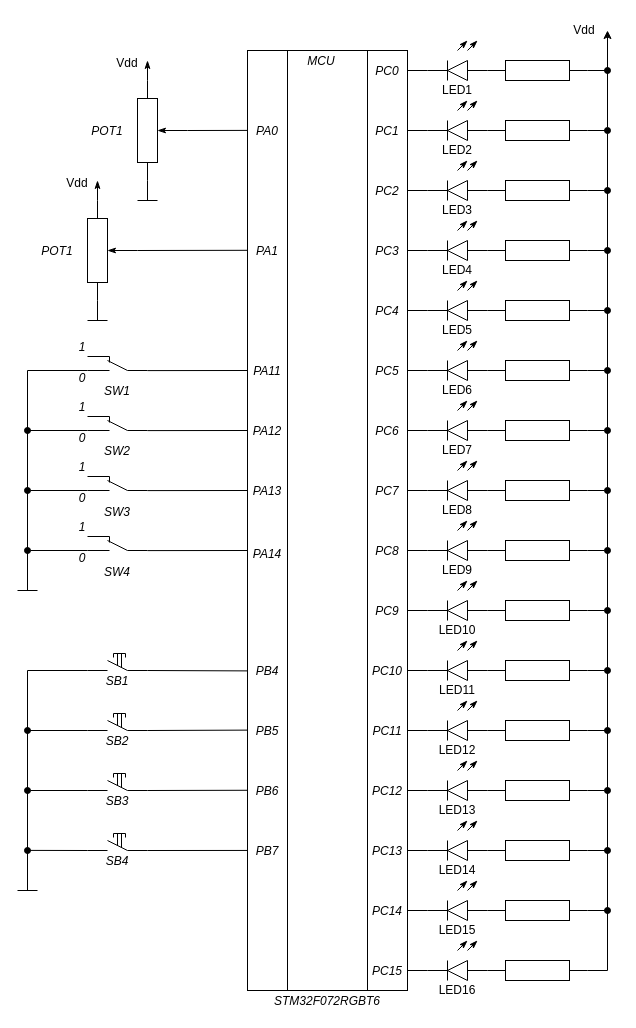
smirnovalnik/microprocessor-units-course keeps this draw.io diagram as img/lab1_ex1-4_sch.drawio. Above is the earlier version. Source tidied: cells renumbered, new cells numbered last; positions are measured from the earlier drawing's top-left corner, leaving out a move shared by most shapes. Both pictures are drawn from the tidied source at 100%, with x=0, y=0 at pixel (17, 17).
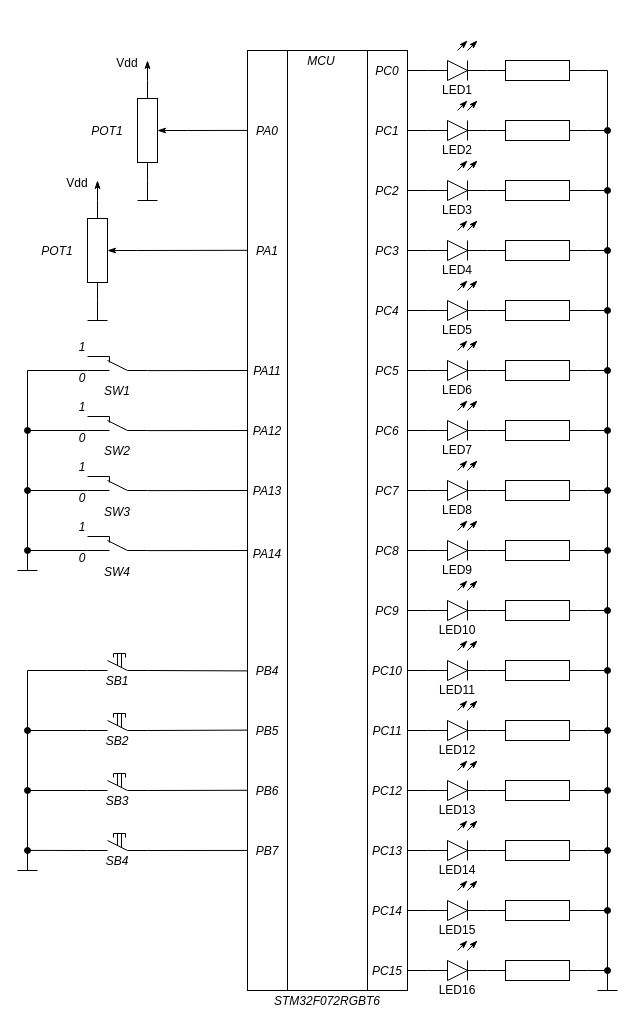
The same diagram, later.

Commit message (it also covers changes not shown here):
обновлены картинки

Unchanged cells that the change refers to:
```xml
<mxCell id="4" style="group;" parent="2" vertex="1">
  <mxGeometry width="60" height="60" as="geometry" />
</mxCell>
<mxCell id="16" style="group;" parent="14" vertex="1">
  <mxGeometry width="60" height="60" as="geometry" />
</mxCell>
<mxCell id="28" style="group;" parent="26" vertex="1">
  <mxGeometry width="60" height="60" as="geometry" />
</mxCell>
<mxCell id="40" style="group;" parent="38" vertex="1">
  <mxGeometry width="60" height="60" as="geometry" />
</mxCell>
<mxCell id="52" style="group;" parent="50" vertex="1">
  <mxGeometry width="60" height="60" as="geometry" />
</mxCell>
<mxCell id="64" style="group;" parent="62" vertex="1">
  <mxGeometry width="60" height="60" as="geometry" />
</mxCell>
<mxCell id="76" style="group;" parent="74" vertex="1">
  <mxGeometry width="60" height="60" as="geometry" />
</mxCell>
<mxCell id="88" style="group;" parent="86" vertex="1">
  <mxGeometry width="60" height="60" as="geometry" />
</mxCell>
<mxCell id="100" style="group;" parent="98" vertex="1">
  <mxGeometry width="60" height="60" as="geometry" />
</mxCell>
<mxCell id="112" style="group;" parent="110" vertex="1">
  <mxGeometry width="60" height="60" as="geometry" />
</mxCell>
<mxCell id="124" style="group;" parent="122" vertex="1">
  <mxGeometry width="60" height="60" as="geometry" />
</mxCell>
<mxCell id="136" style="group;" parent="134" vertex="1">
  <mxGeometry width="60" height="60" as="geometry" />
</mxCell>
<mxCell id="148" style="group;" parent="146" vertex="1">
  <mxGeometry width="60" height="60" as="geometry" />
</mxCell>
<mxCell id="160" style="group;" parent="158" vertex="1">
  <mxGeometry width="60" height="60" as="geometry" />
</mxCell>
<mxCell id="374" style="group;" parent="372" vertex="1">
  <mxGeometry width="60" height="40" as="geometry" />
</mxCell>
<mxCell id="386" style="group;" parent="383" vertex="1">
  <mxGeometry width="60" height="40" as="geometry" />
</mxCell>
```

The edit, as a diff of the source:
```diff
@@
     <mxCell id="6" style="endArrow=none;html=1;rounded=1;sketch=0;curved=0;" parent="4" edge="1">
       <mxGeometry relative="1" as="geometry">
-        <mxPoint x="20" y="30" as="sourcePoint" />
-        <mxPoint x="40" y="20" as="targetPoint" />
+        <mxPoint x="20" y="20" as="sourcePoint" />
+        <mxPoint x="40" y="30" as="targetPoint" />
       </mxGeometry>
     </mxCell>
     <mxCell id="7" style="endArrow=none;html=1;rounded=1;sketch=0;curved=0;" parent="4" edge="1">
       <mxGeometry relative="1" as="geometry">
-        <mxPoint x="40" y="40" as="sourcePoint" />
-        <mxPoint x="20" y="30" as="targetPoint" />
+        <mxPoint x="40" y="30" as="sourcePoint" />
+        <mxPoint x="20" y="40" as="targetPoint" />
         <Array as="points">
-          <mxPoint x="20" y="30" />
+          <mxPoint x="20" y="40" />
         </Array>
       </mxGeometry>
     </mxCell>
@@
     <mxCell id="18" style="endArrow=none;html=1;rounded=1;sketch=0;curved=0;" parent="16" edge="1">
       <mxGeometry relative="1" as="geometry">
-        <mxPoint x="20" y="30" as="sourcePoint" />
-        <mxPoint x="40" y="20" as="targetPoint" />
+        <mxPoint x="20" y="20" as="sourcePoint" />
+        <mxPoint x="40" y="30" as="targetPoint" />
       </mxGeometry>
     </mxCell>
     <mxCell id="19" style="endArrow=none;html=1;rounded=1;sketch=0;curved=0;" parent="16" edge="1">
       <mxGeometry relative="1" as="geometry">
-        <mxPoint x="40" y="40" as="sourcePoint" />
-        <mxPoint x="20" y="30" as="targetPoint" />
+        <mxPoint x="40" y="30" as="sourcePoint" />
+        <mxPoint x="20" y="40" as="targetPoint" />
         <Array as="points">
-          <mxPoint x="20" y="30" />
+          <mxPoint x="20" y="40" />
         </Array>
       </mxGeometry>
     </mxCell>
@@
     <mxCell id="30" style="endArrow=none;html=1;rounded=1;sketch=0;curved=0;" parent="28" edge="1">
       <mxGeometry relative="1" as="geometry">
-        <mxPoint x="40" y="20" as="sourcePoint" />
-        <mxPoint x="20" y="30" as="targetPoint" />
+        <mxPoint x="40" y="30" as="sourcePoint" />
+        <mxPoint x="20" y="20" as="targetPoint" />
       </mxGeometry>
     </mxCell>
     <mxCell id="31" style="endArrow=none;html=1;rounded=1;sketch=0;curved=0;" parent="28" edge="1">
       <mxGeometry relative="1" as="geometry">
-        <mxPoint x="20" y="30" as="sourcePoint" />
-        <mxPoint x="40" y="40" as="targetPoint" />
+        <mxPoint x="20" y="40" as="sourcePoint" />
+        <mxPoint x="40" y="30" as="targetPoint" />
         <Array as="points">
-          <mxPoint x="40" y="40" />
+          <mxPoint x="40" y="30" />
         </Array>
       </mxGeometry>
     </mxCell>
@@
     <mxCell id="42" style="endArrow=none;html=1;rounded=1;sketch=0;curved=0;" parent="40" edge="1">
       <mxGeometry relative="1" as="geometry">
-        <mxPoint x="40" y="20" as="sourcePoint" />
-        <mxPoint x="20" y="30" as="targetPoint" />
+        <mxPoint x="40" y="30" as="sourcePoint" />
+        <mxPoint x="20" y="20" as="targetPoint" />
       </mxGeometry>
     </mxCell>
     <mxCell id="43" style="endArrow=none;html=1;rounded=1;sketch=0;curved=0;" parent="40" edge="1">
       <mxGeometry relative="1" as="geometry">
-        <mxPoint x="20" y="30" as="sourcePoint" />
-        <mxPoint x="40" y="40" as="targetPoint" />
+        <mxPoint x="20" y="40" as="sourcePoint" />
+        <mxPoint x="40" y="30" as="targetPoint" />
         <Array as="points">
-          <mxPoint x="40" y="40" />
+          <mxPoint x="40" y="30" />
         </Array>
       </mxGeometry>
     </mxCell>
@@
     <mxCell id="54" style="endArrow=none;html=1;rounded=1;sketch=0;curved=0;" parent="52" edge="1">
       <mxGeometry relative="1" as="geometry">
-        <mxPoint x="40" y="20" as="sourcePoint" />
-        <mxPoint x="20" y="30" as="targetPoint" />
+        <mxPoint x="40" y="30" as="sourcePoint" />
+        <mxPoint x="20" y="20" as="targetPoint" />
       </mxGeometry>
     </mxCell>
     <mxCell id="55" style="endArrow=none;html=1;rounded=1;sketch=0;curved=0;" parent="52" edge="1">
       <mxGeometry relative="1" as="geometry">
-        <mxPoint x="20" y="30" as="sourcePoint" />
-        <mxPoint x="40" y="40" as="targetPoint" />
+        <mxPoint x="20" y="40" as="sourcePoint" />
+        <mxPoint x="40" y="30" as="targetPoint" />
         <Array as="points">
-          <mxPoint x="40" y="40" />
+          <mxPoint x="40" y="30" />
         </Array>
       </mxGeometry>
     </mxCell>
@@
     <mxCell id="66" style="endArrow=none;html=1;rounded=1;sketch=0;curved=0;" parent="64" edge="1">
       <mxGeometry relative="1" as="geometry">
-        <mxPoint x="40" y="20" as="sourcePoint" />
-        <mxPoint x="20" y="30" as="targetPoint" />
+        <mxPoint x="40" y="30" as="sourcePoint" />
+        <mxPoint x="20" y="20" as="targetPoint" />
       </mxGeometry>
     </mxCell>
     <mxCell id="67" style="endArrow=none;html=1;rounded=1;sketch=0;curved=0;" parent="64" edge="1">
       <mxGeometry relative="1" as="geometry">
-        <mxPoint x="20" y="30" as="sourcePoint" />
-        <mxPoint x="40" y="40" as="targetPoint" />
+        <mxPoint x="20" y="40" as="sourcePoint" />
+        <mxPoint x="40" y="30" as="targetPoint" />
         <Array as="points">
-          <mxPoint x="40" y="40" />
+          <mxPoint x="40" y="30" />
         </Array>
       </mxGeometry>
     </mxCell>
@@
     <mxCell id="78" style="endArrow=none;html=1;rounded=1;sketch=0;curved=0;" parent="76" edge="1">
       <mxGeometry relative="1" as="geometry">
-        <mxPoint x="40" y="20" as="sourcePoint" />
-        <mxPoint x="20" y="30" as="targetPoint" />
+        <mxPoint x="40" y="30" as="sourcePoint" />
+        <mxPoint x="20" y="20" as="targetPoint" />
       </mxGeometry>
     </mxCell>
     <mxCell id="79" style="endArrow=none;html=1;rounded=1;sketch=0;curved=0;" parent="76" edge="1">
       <mxGeometry relative="1" as="geometry">
-        <mxPoint x="20" y="30" as="sourcePoint" />
-        <mxPoint x="40" y="40" as="targetPoint" />
+        <mxPoint x="20" y="40" as="sourcePoint" />
+        <mxPoint x="40" y="30" as="targetPoint" />
         <Array as="points">
-          <mxPoint x="40" y="40" />
+          <mxPoint x="40" y="30" />
         </Array>
       </mxGeometry>
     </mxCell>
@@
     <mxCell id="90" style="endArrow=none;html=1;rounded=1;sketch=0;curved=0;" parent="88" edge="1">
       <mxGeometry relative="1" as="geometry">
-        <mxPoint x="40" y="20" as="sourcePoint" />
-        <mxPoint x="20" y="30" as="targetPoint" />
+        <mxPoint x="40" y="30" as="sourcePoint" />
+        <mxPoint x="20" y="20" as="targetPoint" />
       </mxGeometry>
     </mxCell>
     <mxCell id="91" style="endArrow=none;html=1;rounded=1;sketch=0;curved=0;" parent="88" edge="1">
       <mxGeometry relative="1" as="geometry">
-        <mxPoint x="20" y="30" as="sourcePoint" />
-        <mxPoint x="40" y="40" as="targetPoint" />
+        <mxPoint x="20" y="40" as="sourcePoint" />
+        <mxPoint x="40" y="30" as="targetPoint" />
         <Array as="points">
-          <mxPoint x="40" y="40" />
+          <mxPoint x="40" y="30" />
         </Array>
       </mxGeometry>
     </mxCell>
@@
     <mxCell id="102" style="endArrow=none;html=1;rounded=1;sketch=0;curved=0;" parent="100" edge="1">
       <mxGeometry relative="1" as="geometry">
-        <mxPoint x="40" y="20" as="sourcePoint" />
-        <mxPoint x="20" y="30" as="targetPoint" />
+        <mxPoint x="40" y="30" as="sourcePoint" />
+        <mxPoint x="20" y="20" as="targetPoint" />
       </mxGeometry>
     </mxCell>
     <mxCell id="103" style="endArrow=none;html=1;rounded=1;sketch=0;curved=0;" parent="100" edge="1">
       <mxGeometry relative="1" as="geometry">
-        <mxPoint x="20" y="30" as="sourcePoint" />
-        <mxPoint x="40" y="40" as="targetPoint" />
+        <mxPoint x="20" y="40" as="sourcePoint" />
+        <mxPoint x="40" y="30" as="targetPoint" />
         <Array as="points">
-          <mxPoint x="40" y="40" />
+          <mxPoint x="40" y="30" />
         </Array>
       </mxGeometry>
     </mxCell>
@@
     <mxCell id="114" style="endArrow=none;html=1;rounded=1;sketch=0;curved=0;" parent="112" edge="1">
       <mxGeometry relative="1" as="geometry">
-        <mxPoint x="40" y="20" as="sourcePoint" />
-        <mxPoint x="20" y="30" as="targetPoint" />
+        <mxPoint x="40" y="30" as="sourcePoint" />
+        <mxPoint x="20" y="20" as="targetPoint" />
       </mxGeometry>
     </mxCell>
     <mxCell id="115" style="endArrow=none;html=1;rounded=1;sketch=0;curved=0;" parent="112" edge="1">
       <mxGeometry relative="1" as="geometry">
-        <mxPoint x="20" y="30" as="sourcePoint" />
-        <mxPoint x="40" y="40" as="targetPoint" />
+        <mxPoint x="20" y="40" as="sourcePoint" />
+        <mxPoint x="40" y="30" as="targetPoint" />
         <Array as="points">
-          <mxPoint x="40" y="40" />
+          <mxPoint x="40" y="30" />
         </Array>
       </mxGeometry>
     </mxCell>
@@
     <mxCell id="126" style="endArrow=none;html=1;rounded=1;sketch=0;curved=0;" parent="124" edge="1">
       <mxGeometry relative="1" as="geometry">
-        <mxPoint x="40" y="20" as="sourcePoint" />
-        <mxPoint x="20" y="30" as="targetPoint" />
+        <mxPoint x="40" y="30" as="sourcePoint" />
+        <mxPoint x="20" y="20" as="targetPoint" />
       </mxGeometry>
     </mxCell>
     <mxCell id="127" style="endArrow=none;html=1;rounded=1;sketch=0;curved=0;" parent="124" edge="1">
       <mxGeometry relative="1" as="geometry">
-        <mxPoint x="20" y="30" as="sourcePoint" />
-        <mxPoint x="40" y="40" as="targetPoint" />
+        <mxPoint x="20" y="40" as="sourcePoint" />
+        <mxPoint x="40" y="30" as="targetPoint" />
         <Array as="points">
-          <mxPoint x="40" y="40" />
+          <mxPoint x="40" y="30" />
         </Array>
       </mxGeometry>
     </mxCell>
@@
     <mxCell id="138" style="endArrow=none;html=1;rounded=1;sketch=0;curved=0;" parent="136" edge="1">
       <mxGeometry relative="1" as="geometry">
-        <mxPoint x="40" y="20" as="sourcePoint" />
-        <mxPoint x="20" y="30" as="targetPoint" />
+        <mxPoint x="40" y="30" as="sourcePoint" />
+        <mxPoint x="20" y="20" as="targetPoint" />
       </mxGeometry>
     </mxCell>
     <mxCell id="139" style="endArrow=none;html=1;rounded=1;sketch=0;curved=0;" parent="136" edge="1">
       <mxGeometry relative="1" as="geometry">
-        <mxPoint x="20" y="30" as="sourcePoint" />
-        <mxPoint x="40" y="40" as="targetPoint" />
+        <mxPoint x="20" y="40" as="sourcePoint" />
+        <mxPoint x="40" y="30" as="targetPoint" />
         <Array as="points">
-          <mxPoint x="40" y="40" />
+          <mxPoint x="40" y="30" />
         </Array>
       </mxGeometry>
     </mxCell>
@@
     <mxCell id="150" style="endArrow=none;html=1;rounded=1;sketch=0;curved=0;" parent="148" edge="1">
       <mxGeometry relative="1" as="geometry">
-        <mxPoint x="40" y="20" as="sourcePoint" />
-        <mxPoint x="20" y="30" as="targetPoint" />
+        <mxPoint x="40" y="30" as="sourcePoint" />
+        <mxPoint x="20" y="20" as="targetPoint" />
       </mxGeometry>
     </mxCell>
     <mxCell id="151" style="endArrow=none;html=1;rounded=1;sketch=0;curved=0;" parent="148" edge="1">
       <mxGeometry relative="1" as="geometry">
-        <mxPoint x="20" y="30" as="sourcePoint" />
-        <mxPoint x="40" y="40" as="targetPoint" />
+        <mxPoint x="20" y="40" as="sourcePoint" />
+        <mxPoint x="40" y="30" as="targetPoint" />
         <Array as="points">
-          <mxPoint x="40" y="40" />
+          <mxPoint x="40" y="30" />
         </Array>
       </mxGeometry>
     </mxCell>
@@
     <mxCell id="162" style="endArrow=none;html=1;rounded=1;sketch=0;curved=0;" parent="160" edge="1">
       <mxGeometry relative="1" as="geometry">
-        <mxPoint x="40" y="20" as="sourcePoint" />
-        <mxPoint x="20" y="30" as="targetPoint" />
+        <mxPoint x="40" y="30" as="sourcePoint" />
+        <mxPoint x="20" y="20" as="targetPoint" />
       </mxGeometry>
     </mxCell>
     <mxCell id="163" style="endArrow=none;html=1;rounded=1;sketch=0;curved=0;" parent="160" edge="1">
       <mxGeometry relative="1" as="geometry">
-        <mxPoint x="20" y="30" as="sourcePoint" />
-        <mxPoint x="40" y="40" as="targetPoint" />
+        <mxPoint x="20" y="40" as="sourcePoint" />
+        <mxPoint x="40" y="30" as="targetPoint" />
         <Array as="points">
-          <mxPoint x="40" y="40" />
+          <mxPoint x="40" y="30" />
         </Array>
       </mxGeometry>
     </mxCell>
@@
     <mxCell id="322" style="endArrow=none;html=1;rounded=1;sketch=0;strokeWidth=1;curved=0;" parent="1" edge="1">
       <mxGeometry relative="1" as="geometry">
-        <mxPoint x="10" y="573" as="sourcePoint" />
+        <mxPoint x="10" y="553" as="sourcePoint" />
         <mxPoint x="10" y="353" as="targetPoint" />
       </mxGeometry>
     </mxCell>
     <mxCell id="323" style="endArrow=none;html=1;rounded=1;sketch=0;strokeWidth=1;curved=0;" parent="1" edge="1">
       <mxGeometry relative="1" as="geometry">
-        <mxPoint y="573" as="sourcePoint" />
-        <mxPoint x="20" y="573" as="targetPoint" />
+        <mxPoint y="553" as="sourcePoint" />
+        <mxPoint x="20" y="553" as="targetPoint" />
       </mxGeometry>
     </mxCell>
@@
     <mxCell id="362" style="endArrow=none;html=1;rounded=1;sketch=0;strokeWidth=1;curved=0;" parent="1" edge="1">
       <mxGeometry relative="1" as="geometry">
-        <mxPoint x="10" y="873" as="sourcePoint" />
+        <mxPoint x="10" y="853" as="sourcePoint" />
         <mxPoint x="10" y="653" as="targetPoint" />
       </mxGeometry>
     </mxCell>
     <mxCell id="363" style="endArrow=none;html=1;rounded=1;sketch=0;strokeWidth=1;curved=0;" parent="1" edge="1">
       <mxGeometry relative="1" as="geometry">
-        <mxPoint y="873" as="sourcePoint" />
-        <mxPoint x="20" y="873" as="targetPoint" />
+        <mxPoint y="853" as="sourcePoint" />
+        <mxPoint x="20" y="853" as="targetPoint" />
       </mxGeometry>
     </mxCell>
@@
-    <mxCell id="368" style="endArrow=none;html=1;rounded=1;sketch=0;strokeWidth=1;curved=0;startArrow=classic;startFill=1;" parent="1" edge="1">
-      <mxGeometry relative="1" as="geometry">
-        <mxPoint x="590" y="13" as="sourcePoint" />
-        <mxPoint x="590" y="53" as="targetPoint" />
-      </mxGeometry>
-    </mxCell>
-    <mxCell id="369" style="ellipse;fillColor=#000000;flipH=1;labelPosition=center;verticalLabelPosition=middle;align=center;verticalAlign=middle;sketch=0;shadow=0;" parent="1" vertex="1">
-      <mxGeometry x="587" y="50" width="6" height="6" as="geometry" />
-    </mxCell>
@@
     <mxCell id="376" style="endArrow=none;html=1;rounded=1;sketch=0;curved=0;" parent="374" edge="1">
       <mxGeometry relative="1" as="geometry">
-        <mxPoint x="20" y="30" as="sourcePoint" />
-        <mxPoint x="40" y="20" as="targetPoint" />
+        <mxPoint x="20" y="20" as="sourcePoint" />
+        <mxPoint x="40" y="30" as="targetPoint" />
       </mxGeometry>
     </mxCell>
     <mxCell id="377" style="endArrow=none;html=1;rounded=1;sketch=0;curved=0;" parent="374" edge="1">
       <mxGeometry relative="1" as="geometry">
-        <mxPoint x="40" y="40" as="sourcePoint" />
-        <mxPoint x="20" y="30" as="targetPoint" />
+        <mxPoint x="40" y="30" as="sourcePoint" />
+        <mxPoint x="20" y="40" as="targetPoint" />
         <Array as="points">
-          <mxPoint x="20" y="30" />
+          <mxPoint x="20" y="40" />
         </Array>
       </mxGeometry>
     </mxCell>
@@
     <mxCell id="388" style="endArrow=none;html=1;rounded=1;sketch=0;curved=0;" parent="386" edge="1">
       <mxGeometry relative="1" as="geometry">
-        <mxPoint x="20" y="30" as="sourcePoint" />
-        <mxPoint x="40" y="20" as="targetPoint" />
+        <mxPoint x="40" y="30" as="sourcePoint" />
+        <mxPoint x="20" y="20" as="targetPoint" />
       </mxGeometry>
     </mxCell>
     <mxCell id="389" style="endArrow=none;html=1;rounded=1;sketch=0;curved=0;" parent="386" edge="1">
       <mxGeometry relative="1" as="geometry">
-        <mxPoint x="40" y="40" as="sourcePoint" />
-        <mxPoint x="20" y="30" as="targetPoint" />
+        <mxPoint x="20" y="40" as="sourcePoint" />
+        <mxPoint x="40" y="30" as="targetPoint" />
         <Array as="points">
-          <mxPoint x="20" y="30" />
+          <mxPoint x="40" y="30" />
         </Array>
       </mxGeometry>
     </mxCell>
@@
-    <mxCell id="398" value="Vdd" style="text;strokeColor=none;fillColor=none;align=center;verticalAlign=middle;rounded=0;" parent="1" vertex="1">
-      <mxGeometry x="547" width="40" height="23" as="geometry" />
-    </mxCell>
+    <mxCell id="399" style="endArrow=none;rounded=1;sketch=0;strokeWidth=1;curved=0;" parent="1" edge="1">
+      <mxGeometry relative="1" as="geometry">
+        <mxPoint x="580" y="973" as="sourcePoint" />
+        <mxPoint x="600" y="973" as="targetPoint" />
+      </mxGeometry>
+    </mxCell>
+    <mxCell id="400" style="endArrow=none;rounded=1;sketch=0;strokeWidth=1;curved=0;" parent="1" edge="1">
+      <mxGeometry relative="1" as="geometry">
+        <mxPoint x="590" y="953" as="sourcePoint" />
+        <mxPoint x="590" y="973" as="targetPoint" />
+      </mxGeometry>
+    </mxCell>
+    <mxCell id="401" style="ellipse;fillColor=#000000;flipH=1;labelPosition=center;verticalLabelPosition=middle;align=center;verticalAlign=middle;sketch=0;shadow=0;" parent="1" vertex="1">
+      <mxGeometry x="587" y="950" width="6" height="6" as="geometry" />
+    </mxCell>
```
